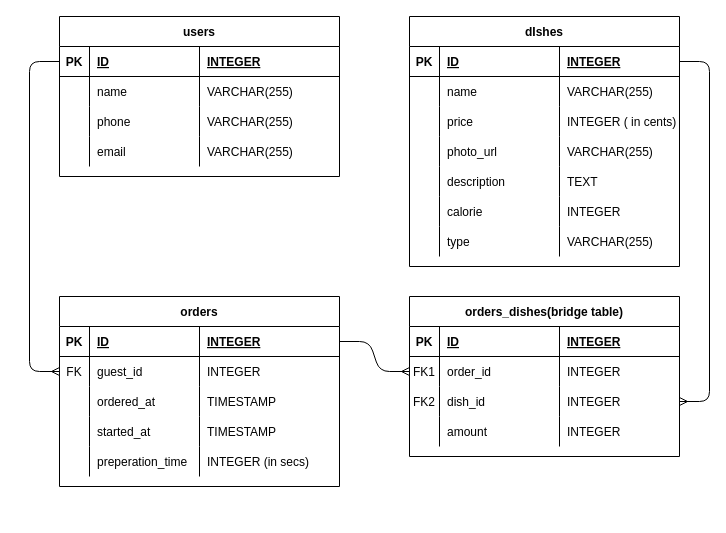
xli52/pizza_king keeps this draw.io diagram as planning/ERD.drawio. Above is the earlier version. Source tidied: cells renumbered, new cells numbered last; positions are measured from the earlier drawing's top-left corner, leaving out a move shared by most shapes. Both pictures are drawn from the tidied source at 100%, with x=0, y=0 at pixel (29, 16).
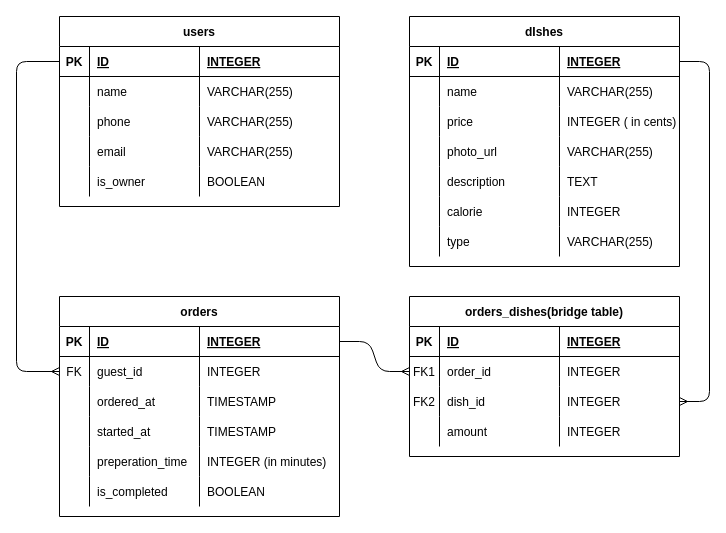
After the change.

Commit message:
ERD finalized

Unchanged cells that the change refers to:
```xml
<mxCell id="3" style="shape=partialRectangle;fillColor=none;top=0;left=0;bottom=1;right=0;points=[[0,0.5],[1,0.5]];portConstraint=eastwest;" parent="2" vertex="1">
  <mxGeometry y="30" width="280" height="30" as="geometry" />
</mxCell>
<mxCell id="53" style="shape=partialRectangle;fillColor=none;top=0;left=0;bottom=0;right=0;points=[[0,0.5],[1,0.5]];portConstraint=eastwest;" parent="48" vertex="1">
  <mxGeometry y="60" width="280" height="30" as="geometry" />
</mxCell>
<mxCell id="65" style="shape=partialRectangle;fillColor=none;top=0;left=0;bottom=0;right=0;" parent="48" vertex="1">
  <mxGeometry y="150" width="280" height="30" as="geometry" />
</mxCell>
```

Change to the diagram source:
```diff
@@
     <mxCell id="2" value="users" style="shape=table;startSize=30;childLayout=tableLayout;rowLines=0;fontStyle=1;align=center;" parent="1" vertex="1">
-      <mxGeometry x="30" width="280" height="160" as="geometry" />
+      <mxGeometry x="30" width="280" height="190" as="geometry" />
     </mxCell>
@@
+    <mxCell id="89" style="shape=partialRectangle;fillColor=none;top=0;left=0;bottom=0;right=0;" parent="2" vertex="1">
+      <mxGeometry y="150" width="280" height="30" as="geometry" />
+    </mxCell>
+    <mxCell id="90" style="shape=partialRectangle;fillColor=none;top=0;left=0;bottom=0;right=0;overflow=hidden;" parent="89" vertex="1">
+      <mxGeometry width="30" height="30" as="geometry" />
+    </mxCell>
+    <mxCell id="91" value="is_owner" style="shape=partialRectangle;fillColor=none;top=0;left=0;bottom=0;right=0;align=left;spacingLeft=6;overflow=hidden;" parent="89" vertex="1">
+      <mxGeometry x="30" width="110" height="30" as="geometry" />
+    </mxCell>
+    <mxCell id="92" value="BOOLEAN" style="shape=partialRectangle;fillColor=none;top=0;left=0;bottom=0;right=0;align=left;spacingLeft=6;overflow=hidden;" parent="89" vertex="1">
+      <mxGeometry x="140" width="140" height="30" as="geometry" />
+    </mxCell>
@@
     <mxCell id="48" value="orders" style="shape=table;startSize=30;childLayout=tableLayout;rowLines=0;fontStyle=1;align=center;" parent="1" vertex="1">
-      <mxGeometry x="30" y="280" width="280" height="190" as="geometry" />
+      <mxGeometry x="30" y="280" width="280" height="220" as="geometry" />
     </mxCell>
@@
-    <mxCell id="68" value="INTEGER (in secs)" style="shape=partialRectangle;fillColor=none;top=0;left=0;bottom=0;right=0;align=left;spacingLeft=6;overflow=hidden;" parent="65" vertex="1">
+    <mxCell id="68" value="INTEGER (in minutes)" style="shape=partialRectangle;fillColor=none;top=0;left=0;bottom=0;right=0;align=left;spacingLeft=6;overflow=hidden;" parent="65" vertex="1">
       <mxGeometry x="140" width="140" height="30" as="geometry" />
     </mxCell>
+    <mxCell id="93" style="shape=partialRectangle;fillColor=none;top=0;left=0;bottom=0;right=0;" parent="48" vertex="1">
+      <mxGeometry y="180" width="280" height="30" as="geometry" />
+    </mxCell>
+    <mxCell id="94" style="shape=partialRectangle;fillColor=none;top=0;left=0;bottom=0;right=0;overflow=hidden;" parent="93" vertex="1">
+      <mxGeometry width="30" height="30" as="geometry" />
+    </mxCell>
+    <mxCell id="95" value="is_completed" style="shape=partialRectangle;fillColor=none;top=0;left=0;bottom=0;right=0;align=left;spacingLeft=6;overflow=hidden;" parent="93" vertex="1">
+      <mxGeometry x="30" width="110" height="30" as="geometry" />
+    </mxCell>
+    <mxCell id="96" value="BOOLEAN" style="shape=partialRectangle;fillColor=none;top=0;left=0;bottom=0;right=0;align=left;spacingLeft=6;overflow=hidden;" parent="93" vertex="1">
+      <mxGeometry x="140" width="140" height="30" as="geometry" />
+    </mxCell>
     <mxCell id="69" style="edgeStyle=orthogonalEdgeStyle;fontSize=12;html=1;endArrow=ERmany;exitX=0;exitY=0.5;exitDx=0;exitDy=0;rounded=1;entryX=0;entryY=0.5;entryDx=0;entryDy=0;" parent="1" edge="1" source="3" target="53">
       <mxGeometry relative="1" as="geometry">
         <Array as="points">
-          <mxPoint y="45" />
-          <mxPoint y="355" />
+          <mxPoint x="-13" y="45" />
+          <mxPoint x="-13" y="355" />
         </Array>
       </mxGeometry>
     </mxCell>
```
